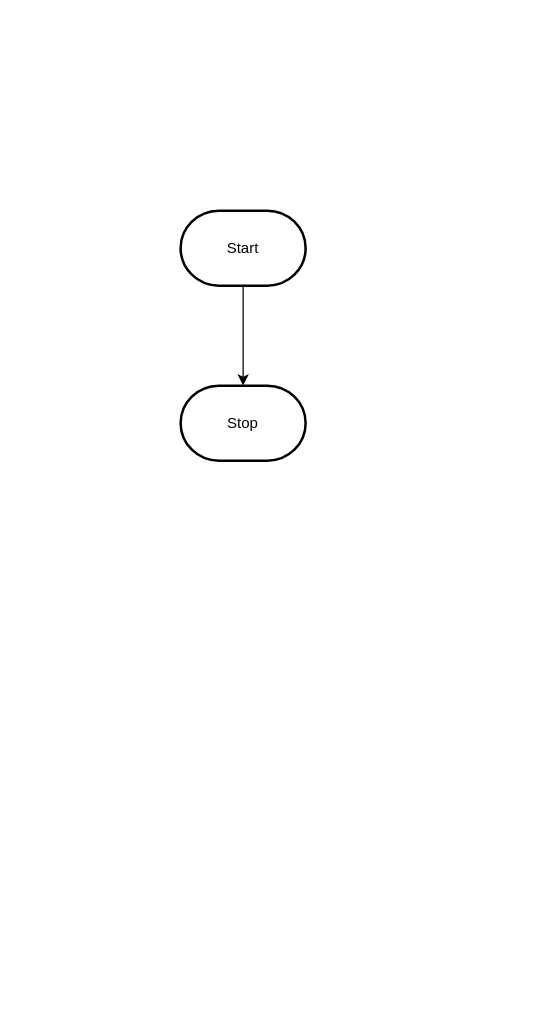
MTHS-ICD2O-1-2023/ICD2O-Unit-5-04-tymofii-stepanov keeps this draw.io diagram as design/flowchart.drawio. Above is the earlier version. Source tidied: cells renumbered, new cells numbered last; positions are measured from the earlier drawing's top-left corner, leaving out a move shared by most shapes. Both pictures are drawn from the tidied source at 125%, with x=0, y=0 at pixel (180, 210).
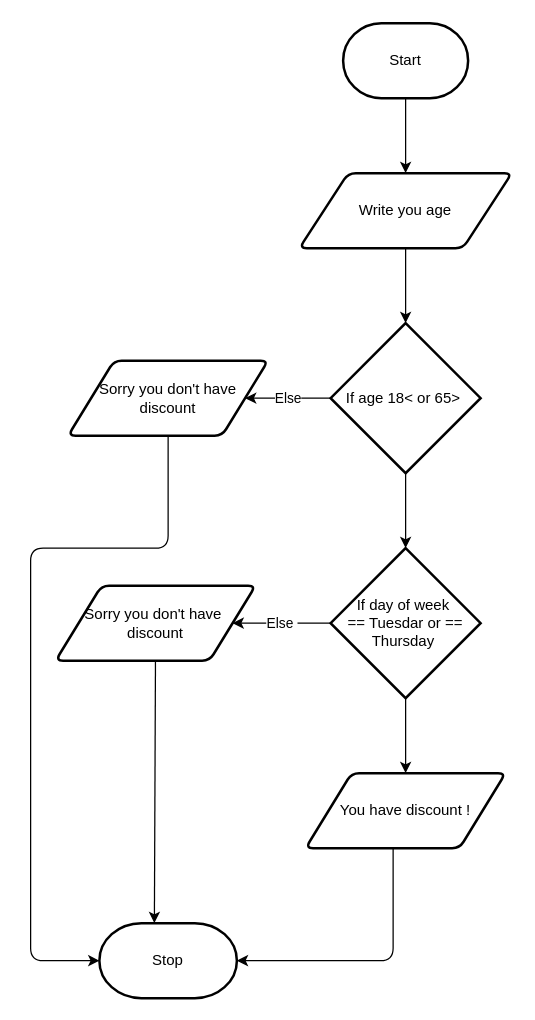
After the change.

Diff of the diagram source:
```diff
@@
-    <mxCell id="2" style="edgeStyle=orthogonalEdgeStyle;html=1;rounded=0;" parent="1" edge="1" source="3" target="4">
-      <mxGeometry relative="1" as="geometry" />
-    </mxCell>
+    <mxCell id="5" style="edgeStyle=none;html=1;entryX=0.5;entryY=0;entryDx=0;entryDy=0;" parent="1" edge="1" source="3" target="2">
+      <mxGeometry relative="1" as="geometry" />
+    </mxCell>
     <mxCell id="3" value="Start" style="strokeWidth=2;html=1;shape=mxgraph.flowchart.terminator;whiteSpace=wrap;" parent="1" vertex="1">
-      <mxGeometry width="100" height="60" as="geometry" />
+      <mxGeometry x="130" y="-150" width="100" height="60" as="geometry" />
     </mxCell>
     <mxCell id="4" value="Stop" style="strokeWidth=2;html=1;shape=mxgraph.flowchart.terminator;whiteSpace=wrap;" parent="1" vertex="1">
-      <mxGeometry y="140" width="100" height="60" as="geometry" />
+      <mxGeometry x="-65" y="570" width="110" height="60" as="geometry" />
     </mxCell>
+    <mxCell id="6" style="edgeStyle=none;html=1;entryX=0.5;entryY=0;entryDx=0;entryDy=0;entryPerimeter=0;" parent="1" edge="1" source="2" target="9">
+      <mxGeometry relative="1" as="geometry" />
+    </mxCell>
+    <mxCell id="2" value="Write you age" style="shape=parallelogram;html=1;strokeWidth=2;perimeter=parallelogramPerimeter;whiteSpace=wrap;rounded=1;arcSize=12;size=0.23;" parent="1" vertex="1">
+      <mxGeometry x="95" y="-30" width="170" height="60" as="geometry" />
+    </mxCell>
+    <mxCell id="7" style="edgeStyle=none;html=1;" parent="1" edge="1" source="9" target="12">
+      <mxGeometry relative="1" as="geometry" />
+    </mxCell>
+    <mxCell id="8" value="Else" style="edgeStyle=none;html=1;" parent="1" edge="1" source="9" target="18">
+      <mxGeometry relative="1" as="geometry" />
+    </mxCell>
+    <mxCell id="9" value="If age 18&amp;lt; or 65&amp;gt;&amp;nbsp;" style="strokeWidth=2;html=1;shape=mxgraph.flowchart.decision;whiteSpace=wrap;" parent="1" vertex="1">
+      <mxGeometry x="120" y="90" width="120" height="120" as="geometry" />
+    </mxCell>
+    <mxCell id="10" style="edgeStyle=none;html=1;entryX=0.5;entryY=0;entryDx=0;entryDy=0;" parent="1" edge="1" source="12" target="14">
+      <mxGeometry relative="1" as="geometry" />
+    </mxCell>
+    <mxCell id="11" value="Else&amp;nbsp;" style="edgeStyle=none;html=1;entryX=1;entryY=0.5;entryDx=0;entryDy=0;" parent="1" edge="1" target="16">
+      <mxGeometry relative="1" as="geometry">
+        <mxPoint x="120" y="330" as="sourcePoint" />
+      </mxGeometry>
+    </mxCell>
+    <mxCell id="12" value="If day of week&amp;nbsp;&lt;br&gt;== Tuesdar or ==&lt;br&gt;Thursday&amp;nbsp;" style="strokeWidth=2;html=1;shape=mxgraph.flowchart.decision;whiteSpace=wrap;" parent="1" vertex="1">
+      <mxGeometry x="120" y="270" width="120" height="120" as="geometry" />
+    </mxCell>
+    <mxCell id="13" style="edgeStyle=orthogonalEdgeStyle;html=1;entryX=1;entryY=0.5;entryDx=0;entryDy=0;entryPerimeter=0;" parent="1" edge="1" source="14" target="4">
+      <mxGeometry relative="1" as="geometry">
+        <Array as="points">
+          <mxPoint x="170" y="600" />
+        </Array>
+      </mxGeometry>
+    </mxCell>
+    <mxCell id="14" value="You have discount !" style="shape=parallelogram;html=1;strokeWidth=2;perimeter=parallelogramPerimeter;whiteSpace=wrap;rounded=1;arcSize=12;size=0.23;" parent="1" vertex="1">
+      <mxGeometry x="100" y="450" width="160" height="60" as="geometry" />
+    </mxCell>
+    <mxCell id="15" style="html=1;entryX=0.4;entryY=0;entryDx=0;entryDy=0;entryPerimeter=0;" parent="1" edge="1" source="16" target="4">
+      <mxGeometry relative="1" as="geometry" />
+    </mxCell>
+    <mxCell id="16" value="Sorry you don't have&amp;nbsp;&lt;br&gt;discount" style="shape=parallelogram;html=1;strokeWidth=2;perimeter=parallelogramPerimeter;whiteSpace=wrap;rounded=1;arcSize=12;size=0.23;" parent="1" vertex="1">
+      <mxGeometry x="-100" y="300" width="160" height="60" as="geometry" />
+    </mxCell>
+    <mxCell id="17" style="edgeStyle=orthogonalEdgeStyle;html=1;entryX=0;entryY=0.5;entryDx=0;entryDy=0;entryPerimeter=0;" parent="1" edge="1" source="18" target="4">
+      <mxGeometry relative="1" as="geometry">
+        <Array as="points">
+          <mxPoint x="-10" y="270" />
+          <mxPoint x="-120" y="270" />
+          <mxPoint x="-120" y="600" />
+        </Array>
+      </mxGeometry>
+    </mxCell>
+    <mxCell id="18" value="Sorry you don't have&lt;br&gt;discount" style="shape=parallelogram;html=1;strokeWidth=2;perimeter=parallelogramPerimeter;whiteSpace=wrap;rounded=1;arcSize=12;size=0.23;" parent="1" vertex="1">
+      <mxGeometry x="-90" y="120" width="160" height="60" as="geometry" />
+    </mxCell>
```
